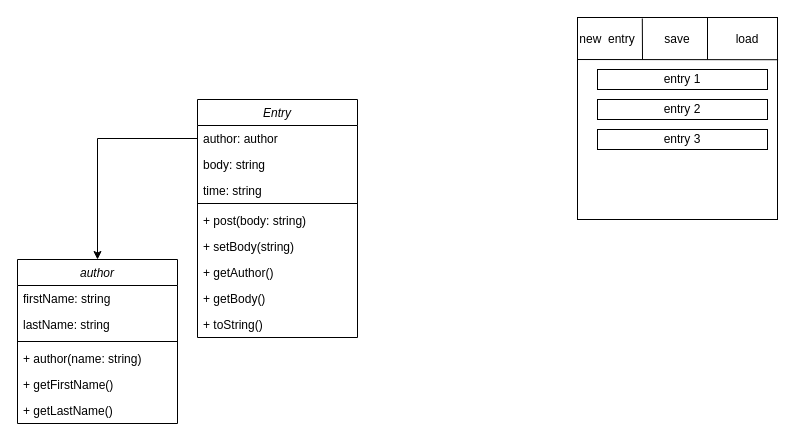
krumilurfigur/lobbok2 keeps this draw.io diagram as Klassdiagram.drawio. Above is the earlier version. Source tidied: cells renumbered, new cells numbered last; positions are measured from the earlier drawing's top-left corner, leaving out a move shared by most shapes. Both pictures are drawn from the tidied source at 100%, with x=0, y=0 at pixel (17, 17).
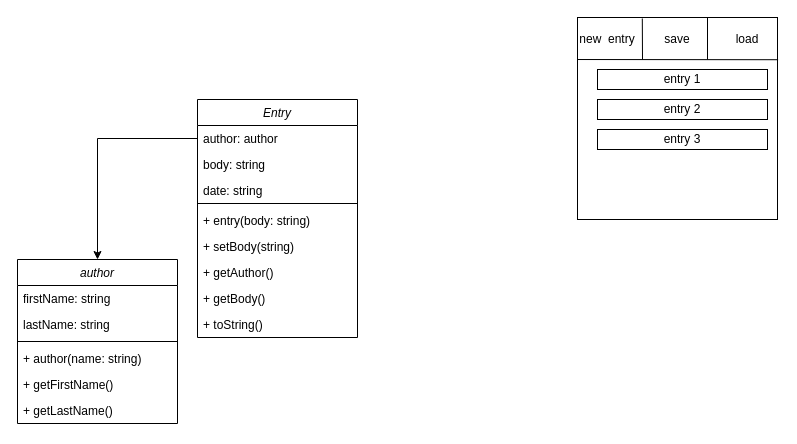
The same page after the edit.

Unchanged cells that the change refers to:
```xml
<mxCell id="2" value="Entry" style="swimlane;fontStyle=2;align=center;verticalAlign=top;horizontal=1;startSize=26;rounded=0;shadow=0;strokeWidth=1;" parent="1" vertex="1">
  <mxGeometry x="180" y="82" width="160" height="238" as="geometry" />
</mxCell>
```

What changed in the source:
```diff
@@
-    <mxCell id="5" value="time: string" style="text;align=left;verticalAlign=top;spacingLeft=4;spacingRight=4;overflow=hidden;rounded=0;shadow=0;html=0;" parent="2" vertex="1">
+    <mxCell id="5" value="date: string" style="text;align=left;verticalAlign=top;spacingLeft=4;spacingRight=4;overflow=hidden;rounded=0;shadow=0;html=0;" parent="2" vertex="1">
       <mxGeometry y="78" width="160" height="22" as="geometry" />
     </mxCell>
@@
-    <mxCell id="7" value="+ post(body: string)" style="text;align=left;verticalAlign=top;spacingLeft=4;spacingRight=4;overflow=hidden;" parent="2" vertex="1">
+    <mxCell id="7" value="+ entry(body: string)" style="text;align=left;verticalAlign=top;spacingLeft=4;spacingRight=4;overflow=hidden;" parent="2" vertex="1">
       <mxGeometry y="108" width="160" height="26" as="geometry" />
     </mxCell>
```
